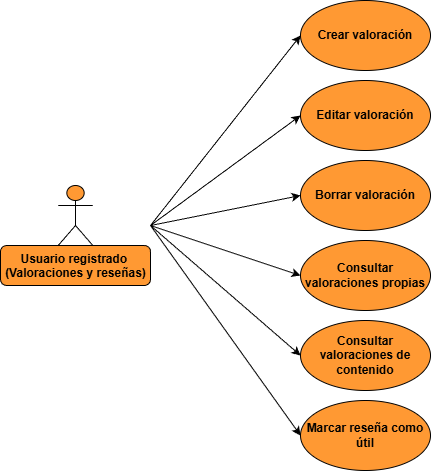
Before: Imagenes/Diagrama de casos de uso/Diagrama de casos de uso de valoraciones y resenas de un usuario registrado.png, a diagram exported from draw.io (GivenCloud/TFG_MovieMate). Source tidied: cells renumbered, new cells last; positions are measured from the earlier drawing's top-left corner, leaving out a move shared by most shapes.
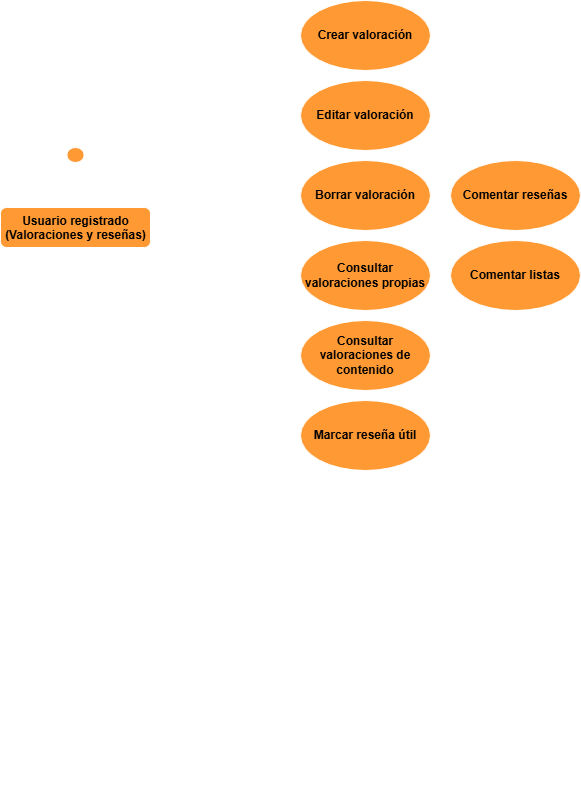
After the commit.

What changed in the source:
```diff
@@ -2,62 +2,68 @@
   <root>
     <mxCell id="0" />
     <mxCell id="1" parent="0" />
-    <mxCell id="2" value="Crear valoración" style="ellipse;whiteSpace=wrap;html=1;fillColor=#FF9933;fontStyle=1;" parent="1" vertex="1">
+    <mxCell id="2" value="Crear valoración" style="ellipse;whiteSpace=wrap;html=1;fillColor=light-dark(#FF9933,#FF9933);fontStyle=1;fontColor=light-dark(#000000,#000000);gradientColor=none;" parent="1" vertex="1">
       <mxGeometry x="300" width="130" height="70" as="geometry" />
     </mxCell>
-    <mxCell id="3" value="Editar valoración" style="ellipse;whiteSpace=wrap;html=1;fillColor=#FF9933;fontStyle=1;" parent="1" vertex="1">
+    <mxCell id="3" value="Editar valoración" style="ellipse;whiteSpace=wrap;html=1;fillColor=light-dark(#FF9933,#FF9933);fontStyle=1;fontColor=light-dark(#000000,#000000);" parent="1" vertex="1">
       <mxGeometry x="300" y="80" width="130" height="70" as="geometry" />
     </mxCell>
-    <mxCell id="4" value="Consultar valoraciones propias" style="ellipse;whiteSpace=wrap;html=1;fillColor=light-dark(#FF9933,#FF9933);fontStyle=1;" parent="1" vertex="1">
+    <mxCell id="4" value="Consultar valoraciones propias" style="ellipse;whiteSpace=wrap;html=1;fillColor=light-dark(#FF9933,#FF9933);fontStyle=1;fontColor=light-dark(#000000,#000000);" parent="1" vertex="1">
       <mxGeometry x="300" y="240" width="130" height="70" as="geometry" />
     </mxCell>
-    <mxCell id="5" value="Borrar valoración" style="ellipse;whiteSpace=wrap;html=1;fillColor=#FF9933;fontStyle=1;" parent="1" vertex="1">
+    <mxCell id="5" value="Borrar valoración" style="ellipse;whiteSpace=wrap;html=1;fillColor=light-dark(#FF9933,#FF9933);fontStyle=1;fontColor=light-dark(#000000,#000000);" parent="1" vertex="1">
       <mxGeometry x="300" y="160" width="130" height="70" as="geometry" />
     </mxCell>
-    <mxCell id="6" style="group;" parent="1" vertex="1">
-      <mxGeometry y="185" width="150" height="100" as="geometry" />
+    <mxCell id="6" style="group;fillColor=none;" parent="1" vertex="1">
+      <mxGeometry y="147" width="150" height="640" as="geometry" />
     </mxCell>
-    <mxCell id="7" style="rounded=1;whiteSpace=wrap;html=1;fillColor=light-dark(#FF9933,#FF9933);" parent="6" vertex="1">
+    <mxCell id="7" style="rounded=1;whiteSpace=wrap;html=1;fillColor=light-dark(#FF9933,#FF9933);fontColor=light-dark(#000000,#000000);" parent="6" vertex="1">
       <mxGeometry y="60" width="150" height="40" as="geometry" />
     </mxCell>
-    <mxCell id="8" value="Usuario registrado&amp;nbsp;&lt;div&gt;(Valoraciones y reseñas)&lt;/div&gt;" style="shape=umlActor;verticalLabelPosition=bottom;verticalAlign=top;html=1;fillColor=light-dark(#FF9933,#FF9933);fontStyle=1;" parent="6" vertex="1">
+    <mxCell id="8" value="Usuario registrado&lt;br&gt;(Valoraciones y reseñas)" style="shape=umlActor;verticalLabelPosition=bottom;verticalAlign=top;html=1;fillColor=light-dark(#FF9933,#FF9933);fontStyle=1;fontColor=light-dark(#000000,#000000);" parent="6" vertex="1">
       <mxGeometry x="57.7" width="34.6" height="60" as="geometry" />
     </mxCell>
-    <mxCell id="9" value="Consultar valoraciones de contenido" style="ellipse;whiteSpace=wrap;html=1;fillColor=#FF9933;fontStyle=1;" parent="1" vertex="1">
+    <mxCell id="9" value="Consultar valoraciones de contenido" style="ellipse;whiteSpace=wrap;html=1;fillColor=light-dark(#FF9933,#FF9933);fontStyle=1;fontColor=light-dark(#000000,#000000);" parent="1" vertex="1">
       <mxGeometry x="300" y="320" width="130" height="70" as="geometry" />
     </mxCell>
-    <mxCell id="10" value="Marcar reseña como útil" style="ellipse;whiteSpace=wrap;html=1;fillColor=#FF9933;fontStyle=1;" parent="1" vertex="1">
+    <mxCell id="10" value="Marcar reseña útil" style="ellipse;whiteSpace=wrap;html=1;fillColor=light-dark(#FF9933,#FF9933);fontStyle=1;fontColor=light-dark(#000000,#000000);" parent="1" vertex="1">
       <mxGeometry x="300" y="400" width="130" height="70" as="geometry" />
     </mxCell>
-    <mxCell id="11" style="endArrow=classic;html=1;rounded=0;entryX=0;entryY=0.5;entryDx=0;entryDy=0;" parent="1" edge="1" target="2">
+    <mxCell id="11" style="endArrow=classic;html=1;rounded=0;entryX=0;entryY=0.5;entryDx=0;entryDy=0;fontColor=light-dark(#000000,#000000);" parent="1" edge="1" target="2">
       <mxGeometry relative="1" as="geometry">
         <mxPoint x="150" y="225" as="sourcePoint" />
       </mxGeometry>
     </mxCell>
-    <mxCell id="12" style="endArrow=classic;html=1;rounded=0;entryX=0;entryY=0.5;entryDx=0;entryDy=0;" parent="1" edge="1" target="3">
+    <mxCell id="12" style="endArrow=classic;html=1;rounded=0;entryX=0;entryY=0.5;entryDx=0;entryDy=0;fontColor=light-dark(#000000,#000000);" parent="1" edge="1" target="3">
       <mxGeometry relative="1" as="geometry">
         <mxPoint x="150" y="225" as="sourcePoint" />
       </mxGeometry>
     </mxCell>
-    <mxCell id="13" style="endArrow=classic;html=1;rounded=0;entryX=0;entryY=0.5;entryDx=0;entryDy=0;" parent="1" edge="1" target="5">
+    <mxCell id="13" style="endArrow=classic;html=1;rounded=0;entryX=0;entryY=0.5;entryDx=0;entryDy=0;fontColor=light-dark(#000000,#000000);" parent="1" edge="1" target="5">
       <mxGeometry relative="1" as="geometry">
         <mxPoint x="150" y="225" as="sourcePoint" />
       </mxGeometry>
     </mxCell>
-    <mxCell id="14" style="endArrow=classic;html=1;rounded=0;entryX=0;entryY=0.5;entryDx=0;entryDy=0;" parent="1" edge="1" target="4">
+    <mxCell id="14" style="endArrow=classic;html=1;rounded=0;entryX=0;entryY=0.5;entryDx=0;entryDy=0;fontColor=light-dark(#000000,#000000);" parent="1" edge="1" target="4">
       <mxGeometry relative="1" as="geometry">
         <mxPoint x="150" y="225" as="sourcePoint" />
       </mxGeometry>
     </mxCell>
-    <mxCell id="15" style="endArrow=classic;html=1;rounded=0;entryX=0;entryY=0.5;entryDx=0;entryDy=0;" parent="1" edge="1" target="9">
+    <mxCell id="15" style="endArrow=classic;html=1;rounded=0;entryX=0;entryY=0.5;entryDx=0;entryDy=0;fontColor=light-dark(#000000,#000000);" parent="1" edge="1" target="9">
       <mxGeometry relative="1" as="geometry">
         <mxPoint x="150" y="225" as="sourcePoint" />
       </mxGeometry>
     </mxCell>
-    <mxCell id="16" style="endArrow=classic;html=1;rounded=0;entryX=0;entryY=0.5;entryDx=0;entryDy=0;" parent="1" edge="1" target="10">
+    <mxCell id="16" style="endArrow=classic;html=1;rounded=0;entryX=0;entryY=0.5;entryDx=0;entryDy=0;fontColor=light-dark(#000000,#000000);" parent="1" edge="1" target="10">
       <mxGeometry relative="1" as="geometry">
         <mxPoint x="150" y="225" as="sourcePoint" />
       </mxGeometry>
     </mxCell>
+    <mxCell id="17" value="Comentar reseñas" style="ellipse;whiteSpace=wrap;html=1;fillColor=light-dark(#FF9933,#FF9933);fontStyle=1;fontColor=light-dark(#000000,#000000);" parent="1" vertex="1">
+      <mxGeometry x="450" y="160" width="130" height="70" as="geometry" />
+    </mxCell>
+    <mxCell id="18" value="Comentar listas" style="ellipse;whiteSpace=wrap;html=1;fillColor=light-dark(#FF9933,#FF9933);fontStyle=1;fontColor=light-dark(#000000,#000000);" parent="1" vertex="1">
+      <mxGeometry x="450" y="240" width="130" height="70" as="geometry" />
+    </mxCell>
   </root>
 </mxGraphModel>
```
